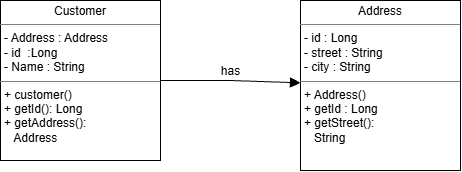
Earlier version of the draw.io export docs/uml/CustomerAddress.png (kavishan20240457-design/products-api). Source tidied: cells renumbered, new cells last; positions are measured from the earlier drawing's top-left corner, leaving out a move shared by most shapes. Source of this version:
```xml
<mxGraphModel>
  <root>
    <mxCell id="0" />
    <mxCell id="1" parent="0" />
    <mxCell id="2" value="&lt;p style=&quot;margin:0px;margin-top:4px;text-align:center;&quot;&gt;Customer&lt;/p&gt;&lt;hr size=&quot;1&quot; style=&quot;border-style:solid;&quot;&gt;&lt;p style=&quot;margin:0px;margin-left:4px;&quot;&gt;- Address : Address&lt;/p&gt;&lt;p style=&quot;margin:0px;margin-left:4px;&quot;&gt;- id&amp;nbsp; :Long&amp;nbsp;&lt;/p&gt;&lt;p style=&quot;margin:0px;margin-left:4px;&quot;&gt;- Name : String&amp;nbsp;&lt;/p&gt;&lt;hr size=&quot;1&quot; style=&quot;border-style:solid;&quot;&gt;&lt;p style=&quot;margin:0px;margin-left:4px;&quot;&gt;+ customer()&lt;/p&gt;&lt;p style=&quot;margin:0px;margin-left:4px;&quot;&gt;+ getId(): Long&lt;/p&gt;&lt;p style=&quot;margin:0px;margin-left:4px;&quot;&gt;+ getAddress():&lt;/p&gt;&lt;p style=&quot;margin:0px;margin-left:4px;&quot;&gt;&amp;nbsp; &amp;nbsp;Address&lt;/p&gt;" style="verticalAlign=top;align=left;overflow=fill;html=1;whiteSpace=wrap;" parent="1" vertex="1">
      <mxGeometry width="160" height="160" as="geometry" />
    </mxCell>
    <mxCell id="3" value="&lt;p style=&quot;margin:0px;margin-top:4px;text-align:center;&quot;&gt;Address&lt;/p&gt;&lt;hr size=&quot;1&quot; style=&quot;border-style:solid;&quot;&gt;&lt;p style=&quot;margin:0px;margin-left:4px;&quot;&gt;- id : Long&lt;/p&gt;&lt;p style=&quot;margin:0px;margin-left:4px;&quot;&gt;- street : String&lt;/p&gt;&lt;p style=&quot;margin:0px;margin-left:4px;&quot;&gt;- city : String&lt;/p&gt;&lt;hr size=&quot;1&quot; style=&quot;border-style:solid;&quot;&gt;&lt;p style=&quot;margin:0px;margin-left:4px;&quot;&gt;+ Address()&lt;/p&gt;&lt;p style=&quot;margin:0px;margin-left:4px;&quot;&gt;+ getId : Long&lt;/p&gt;&lt;p style=&quot;margin:0px;margin-left:4px;&quot;&gt;+ getStreet():&lt;/p&gt;&lt;p style=&quot;margin:0px;margin-left:4px;&quot;&gt;&amp;nbsp; &amp;nbsp;String&lt;/p&gt;&lt;p style=&quot;margin:0px;margin-left:4px;&quot;&gt;&lt;br&gt;&lt;/p&gt;" style="verticalAlign=top;align=left;overflow=fill;html=1;whiteSpace=wrap;" parent="1" vertex="1">
      <mxGeometry x="300" width="160" height="170" as="geometry" />
    </mxCell>
    <mxCell id="4" value="has" style="html=1;verticalAlign=bottom;endArrow=block;edgeStyle=sequenceEdgeStyle;libavoidRouting=0;curved=0;rounded=0;fontSize=12;startSize=8;endSize=8;exitX=1;exitY=0.5;exitDx=0;exitDy=0;" parent="1" edge="1" source="2" target="3">
      <mxGeometry relative="1" as="geometry">
        <Array as="points">
          <mxPoint x="230" y="80" />
        </Array>
      </mxGeometry>
    </mxCell>
  </root>
</mxGraphModel>
```
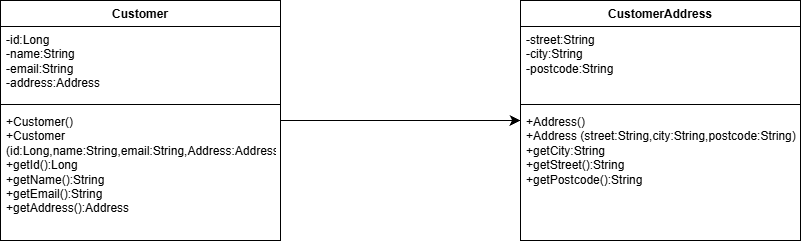
Above is the later version.

Change to the diagram source:
```diff
@@ -2,18 +2,32 @@
   <root>
     <mxCell id="0" />
     <mxCell id="1" parent="0" />
-    <mxCell id="2" value="&lt;p style=&quot;margin:0px;margin-top:4px;text-align:center;&quot;&gt;Customer&lt;/p&gt;&lt;hr size=&quot;1&quot; style=&quot;border-style:solid;&quot;&gt;&lt;p style=&quot;margin:0px;margin-left:4px;&quot;&gt;- Address : Address&lt;/p&gt;&lt;p style=&quot;margin:0px;margin-left:4px;&quot;&gt;- id&amp;nbsp; :Long&amp;nbsp;&lt;/p&gt;&lt;p style=&quot;margin:0px;margin-left:4px;&quot;&gt;- Name : String&amp;nbsp;&lt;/p&gt;&lt;hr size=&quot;1&quot; style=&quot;border-style:solid;&quot;&gt;&lt;p style=&quot;margin:0px;margin-left:4px;&quot;&gt;+ customer()&lt;/p&gt;&lt;p style=&quot;margin:0px;margin-left:4px;&quot;&gt;+ getId(): Long&lt;/p&gt;&lt;p style=&quot;margin:0px;margin-left:4px;&quot;&gt;+ getAddress():&lt;/p&gt;&lt;p style=&quot;margin:0px;margin-left:4px;&quot;&gt;&amp;nbsp; &amp;nbsp;Address&lt;/p&gt;" style="verticalAlign=top;align=left;overflow=fill;html=1;whiteSpace=wrap;" parent="1" vertex="1">
-      <mxGeometry width="160" height="160" as="geometry" />
-    </mxCell>
-    <mxCell id="3" value="&lt;p style=&quot;margin:0px;margin-top:4px;text-align:center;&quot;&gt;Address&lt;/p&gt;&lt;hr size=&quot;1&quot; style=&quot;border-style:solid;&quot;&gt;&lt;p style=&quot;margin:0px;margin-left:4px;&quot;&gt;- id : Long&lt;/p&gt;&lt;p style=&quot;margin:0px;margin-left:4px;&quot;&gt;- street : String&lt;/p&gt;&lt;p style=&quot;margin:0px;margin-left:4px;&quot;&gt;- city : String&lt;/p&gt;&lt;hr size=&quot;1&quot; style=&quot;border-style:solid;&quot;&gt;&lt;p style=&quot;margin:0px;margin-left:4px;&quot;&gt;+ Address()&lt;/p&gt;&lt;p style=&quot;margin:0px;margin-left:4px;&quot;&gt;+ getId : Long&lt;/p&gt;&lt;p style=&quot;margin:0px;margin-left:4px;&quot;&gt;+ getStreet():&lt;/p&gt;&lt;p style=&quot;margin:0px;margin-left:4px;&quot;&gt;&amp;nbsp; &amp;nbsp;String&lt;/p&gt;&lt;p style=&quot;margin:0px;margin-left:4px;&quot;&gt;&lt;br&gt;&lt;/p&gt;" style="verticalAlign=top;align=left;overflow=fill;html=1;whiteSpace=wrap;" parent="1" vertex="1">
-      <mxGeometry x="300" width="160" height="170" as="geometry" />
-    </mxCell>
-    <mxCell id="4" value="has" style="html=1;verticalAlign=bottom;endArrow=block;edgeStyle=sequenceEdgeStyle;libavoidRouting=0;curved=0;rounded=0;fontSize=12;startSize=8;endSize=8;exitX=1;exitY=0.5;exitDx=0;exitDy=0;" parent="1" edge="1" source="2" target="3">
-      <mxGeometry relative="1" as="geometry">
-        <Array as="points">
-          <mxPoint x="230" y="80" />
-        </Array>
-      </mxGeometry>
-    </mxCell>
+    <mxCell id="5" value="Customer" style="swimlane;fontStyle=1;align=center;verticalAlign=top;horizontal=1;startSize=26;whiteSpace=wrap;html=1;" parent="1" vertex="1">
+      <mxGeometry x="-50" y="-120" width="280" height="240" as="geometry" />
+    </mxCell>
+    <mxCell id="6" value="-id:Long&lt;div&gt;-name:String&lt;/div&gt;&lt;div&gt;-email:String&lt;/div&gt;&lt;div&gt;-address:Address&lt;/div&gt;&lt;div&gt;&lt;br&gt;&lt;/div&gt;" style="text;strokeColor=none;fillColor=none;align=left;verticalAlign=top;spacingLeft=4;spacingRight=4;overflow=hidden;whiteSpace=wrap;html=1;" parent="5" vertex="1">
+      <mxGeometry y="26" width="280" height="74" as="geometry" />
+    </mxCell>
+    <mxCell id="7" style="line;strokeWidth=1;fillColor=none;align=left;verticalAlign=middle;spacingTop=-1;spacingLeft=3;spacingRight=3;labelPosition=right;strokeColor=inherit;" parent="5" vertex="1">
+      <mxGeometry y="100" width="280" height="8" as="geometry" />
+    </mxCell>
+    <mxCell id="8" value="+Customer()&lt;div&gt;+Customer (id:Long,name:String,email:String,Address:Address)&lt;/div&gt;&lt;div&gt;+getId():Long&lt;/div&gt;&lt;div&gt;+getName():String&lt;/div&gt;&lt;div&gt;+getEmail():String&lt;/div&gt;&lt;div&gt;+getAddress():Address&lt;/div&gt;&lt;div&gt;&lt;br&gt;&lt;/div&gt;" style="text;strokeColor=none;fillColor=none;align=left;verticalAlign=top;spacingLeft=4;spacingRight=4;overflow=hidden;whiteSpace=wrap;html=1;" parent="5" vertex="1">
+      <mxGeometry y="108" width="280" height="132" as="geometry" />
+    </mxCell>
+    <mxCell id="9" value="CustomerAddress" style="swimlane;fontStyle=1;align=center;verticalAlign=top;horizontal=1;startSize=26;whiteSpace=wrap;html=1;" parent="1" vertex="1">
+      <mxGeometry x="470" y="-120" width="280" height="240" as="geometry" />
+    </mxCell>
+    <mxCell id="10" value="&lt;div&gt;-street:String&lt;/div&gt;&lt;div&gt;-city:String&lt;/div&gt;&lt;div&gt;-postcode:String&lt;/div&gt;" style="text;strokeColor=none;fillColor=none;align=left;verticalAlign=top;spacingLeft=4;spacingRight=4;overflow=hidden;whiteSpace=wrap;html=1;" parent="9" vertex="1">
+      <mxGeometry y="26" width="280" height="74" as="geometry" />
+    </mxCell>
+    <mxCell id="11" style="line;strokeWidth=1;fillColor=none;align=left;verticalAlign=middle;spacingTop=-1;spacingLeft=3;spacingRight=3;labelPosition=right;strokeColor=inherit;" parent="9" vertex="1">
+      <mxGeometry y="100" width="280" height="8" as="geometry" />
+    </mxCell>
+    <mxCell id="12" value="+Address()&lt;div&gt;+Address (street:String,city:String,postcode:String)&lt;/div&gt;&lt;div&gt;+getCity:String&lt;/div&gt;&lt;div&gt;+getStreet():String&lt;/div&gt;&lt;div&gt;+getPostcode():String&lt;/div&gt;&lt;div&gt;&lt;br&gt;&lt;/div&gt;" style="text;strokeColor=none;fillColor=none;align=left;verticalAlign=top;spacingLeft=4;spacingRight=4;overflow=hidden;whiteSpace=wrap;html=1;" parent="9" vertex="1">
+      <mxGeometry y="108" width="280" height="132" as="geometry" />
+    </mxCell>
+    <mxCell id="13" style="endArrow=classic;html=1;rounded=0;fontSize=12;startSize=8;endSize=8;curved=1;exitX=1;exitY=0.5;exitDx=0;exitDy=0;entryX=0;entryY=0.5;entryDx=0;entryDy=0;" parent="1" edge="1" source="5" target="9">
+      <mxGeometry relative="1" as="geometry" />
+    </mxCell>
   </root>
 </mxGraphModel>
```
